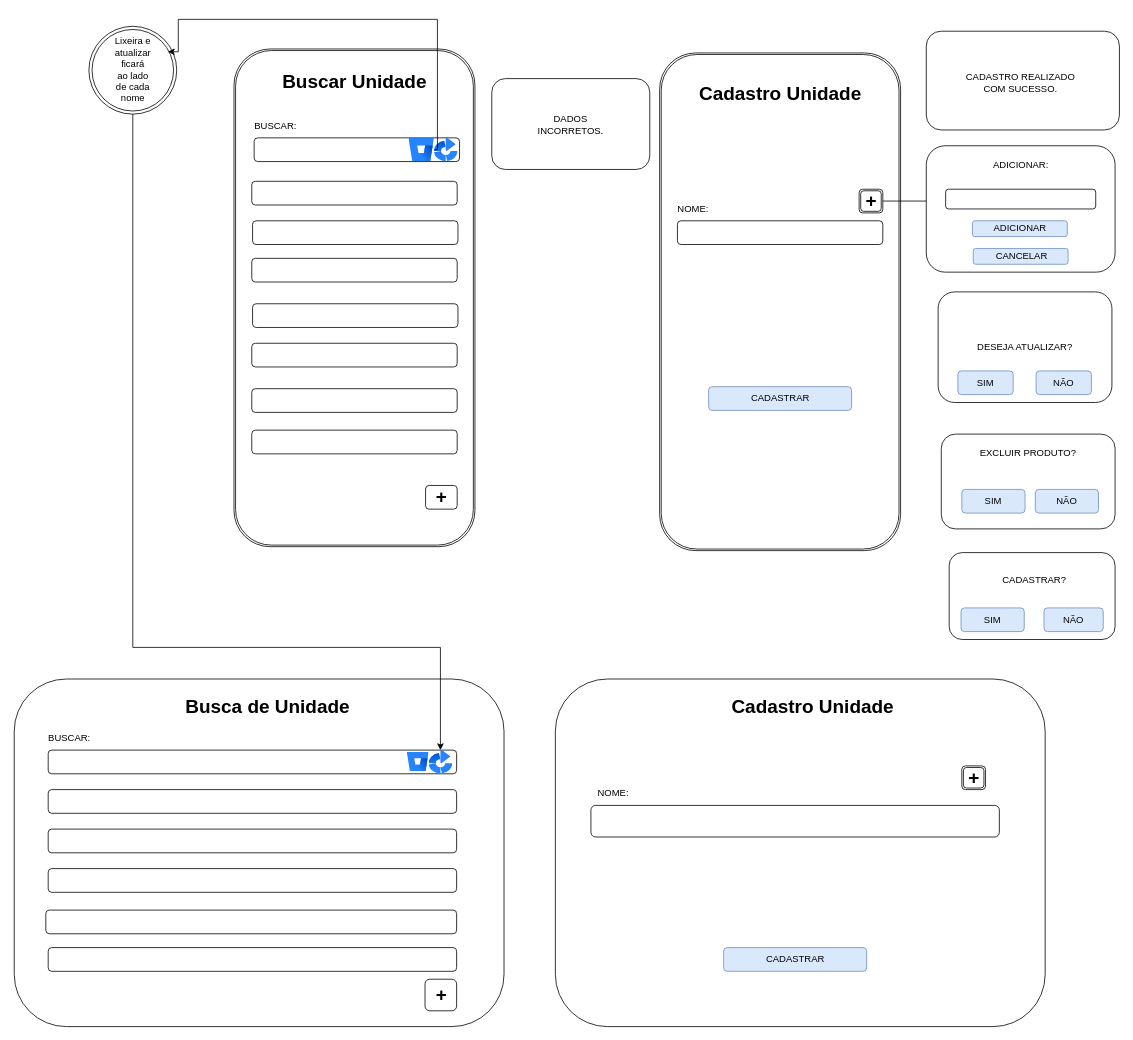
This is page "Página-6" (2 of 14) of DOC/tela.drawio from rafaelareisilva/avatar.app, a draw.io file, before an edit. Source tidied: cells renumbered, new cells numbered last; positions are measured from the earlier drawing's top-left corner, leaving out a move shared by most shapes. Both pictures are drawn from the tidied source at 79%, with x=0, y=0 at pixel (14, 19).
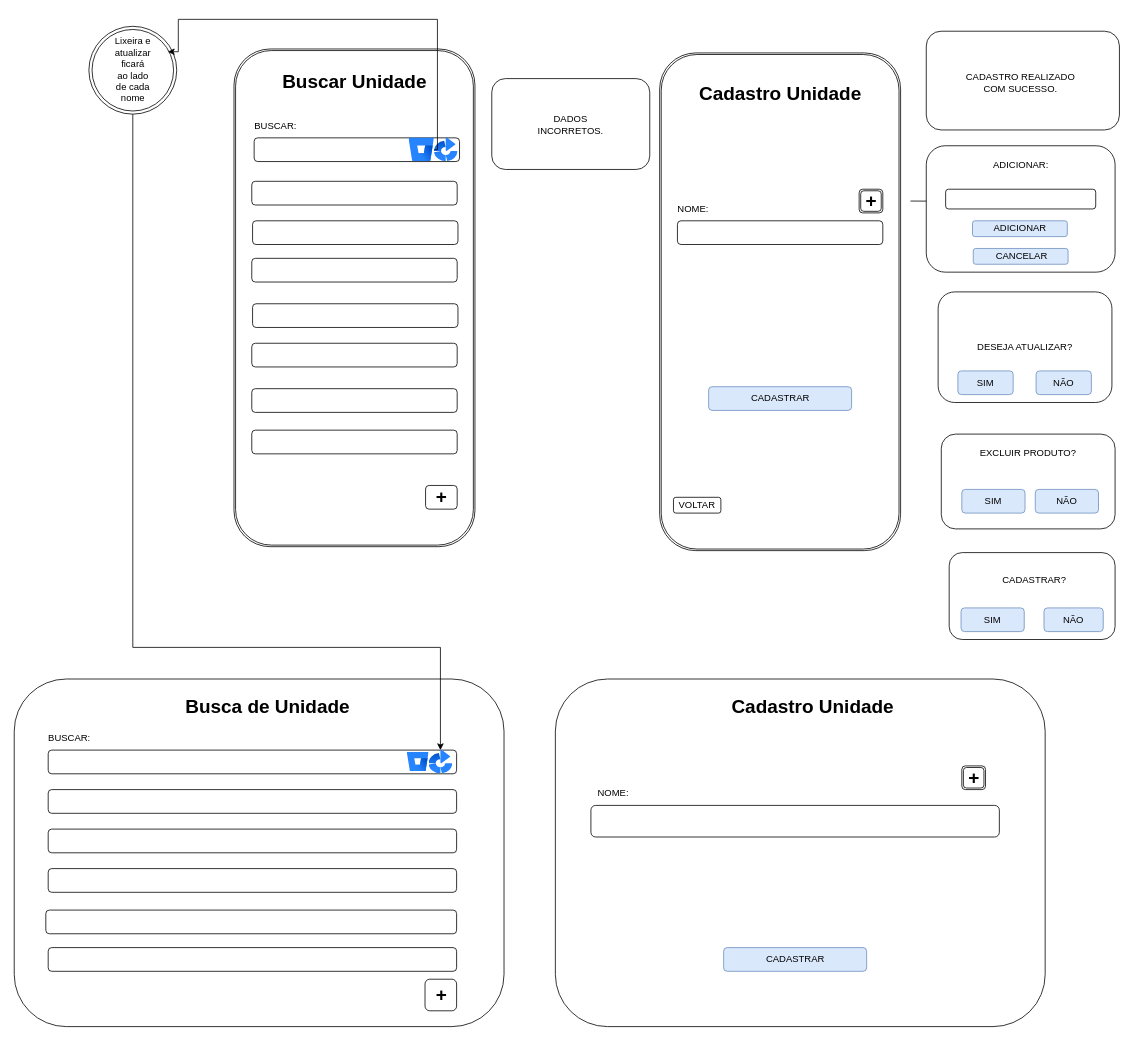
Above is the later version.

The change refers to these unchanged cells:
```xml
<mxCell id="9" value="+" style="text;strokeColor=none;fillColor=none;html=1;fontSize=24;fontStyle=1;verticalAlign=middle;align=center;" parent="1" vertex="1">
  <mxGeometry x="1069" y="210" width="30" height="40" as="geometry" />
</mxCell>
<mxCell id="18" style="rounded=1;whiteSpace=wrap;html=1;fillColor=#dae8fc;strokeColor=#6c8ebf;" parent="1" vertex="1">
  <mxGeometry x="1212.5" y="255" width="120" height="20" as="geometry" />
</mxCell>
```

Diff of the diagram source:
```diff
@@
-    <mxCell id="8" style="edgeStyle=orthogonalEdgeStyle;rounded=0;jettySize=auto;html=1;" parent="1" edge="1" source="9" target="18">
-      <mxGeometry relative="1" as="geometry" />
+    <mxCell id="8" style="edgeStyle=orthogonalEdgeStyle;rounded=0;jettySize=auto;html=1;" parent="1" edge="1" target="18">
+      <mxGeometry relative="1" as="geometry">
+        <mxPoint x="1134" y="230" as="sourcePoint" />
+      </mxGeometry>
     </mxCell>
@@
+    <mxCell id="70" value="VOLTAR" style="rounded=1;whiteSpace=wrap;html=1;" parent="1" vertex="1">
+      <mxGeometry x="834" y="605" width="60" height="20" as="geometry" />
+    </mxCell>
```
